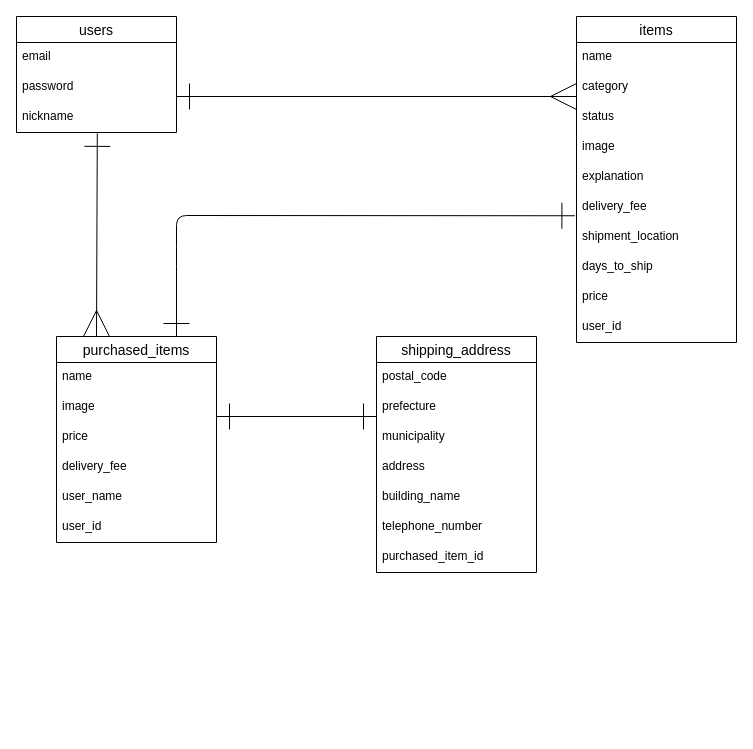
The draw.io diagram test.dio in alouette3/furima-36759, before the edit. Source tidied: cells renumbered, new cells numbered last; positions are measured from the earlier drawing's top-left corner, leaving out a move shared by most shapes. Both pictures are drawn from the tidied source at 100%, with x=0, y=0 at pixel (16, 16).
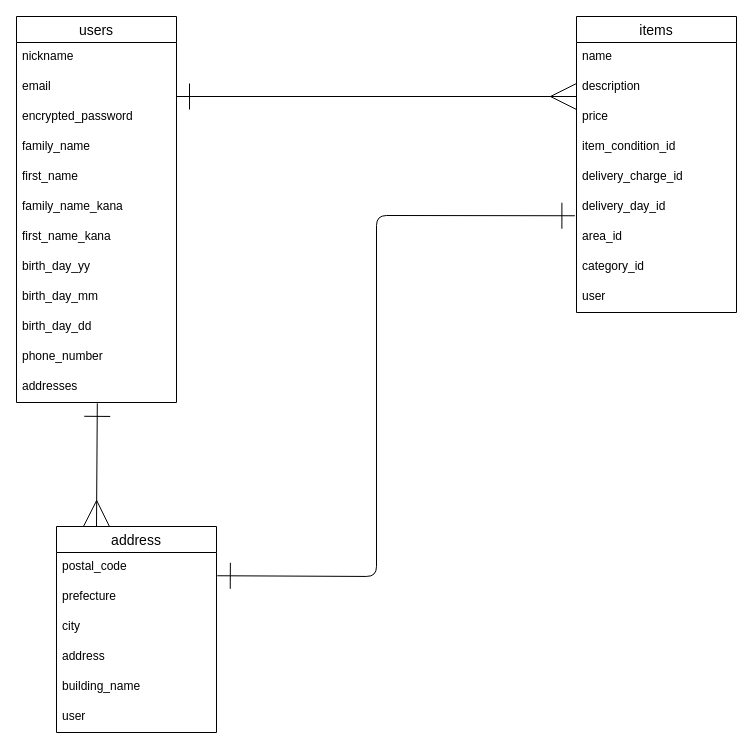
The same diagram, later.

Commit message (it also covers changes not shown here):
レビュー後修正

What changed in the source:
```diff
@@
-    <mxCell id="2" value="purchased_items" style="swimlane;fontStyle=0;horizontal=1;startSize=26;align=center;fontSize=14;" parent="1" vertex="1">
-      <mxGeometry x="40" y="320" width="160" height="206" as="geometry" />
+    <mxCell id="2" value="address" style="swimlane;fontStyle=0;horizontal=1;startSize=26;align=center;fontSize=14;" parent="1" vertex="1">
+      <mxGeometry x="40" y="510" width="160" height="206" as="geometry" />
     </mxCell>
-    <mxCell id="3" value="name" style="text;strokeColor=none;fillColor=none;spacingLeft=4;spacingRight=4;overflow=hidden;points=[[0,0.5],[1,0.5]];portConstraint=eastwest;fontSize=12;" parent="2" vertex="1">
+    <mxCell id="3" value="postal_code" style="text;strokeColor=none;fillColor=none;spacingLeft=4;spacingRight=4;overflow=hidden;points=[[0,0.5],[1,0.5]];portConstraint=eastwest;fontSize=12;" parent="2" vertex="1">
       <mxGeometry y="26" width="160" height="30" as="geometry" />
     </mxCell>
-    <mxCell id="4" value="image" style="text;strokeColor=none;fillColor=none;spacingLeft=4;spacingRight=4;overflow=hidden;fontSize=12;" parent="2" vertex="1">
+    <mxCell id="4" value="prefecture" style="text;strokeColor=none;fillColor=none;spacingLeft=4;spacingRight=4;overflow=hidden;fontSize=12;" parent="2" vertex="1">
       <mxGeometry y="56" width="160" height="30" as="geometry" />
     </mxCell>
-    <mxCell id="5" value="price" style="text;strokeColor=none;fillColor=none;spacingLeft=4;spacingRight=4;overflow=hidden;fontSize=12;" parent="2" vertex="1">
+    <mxCell id="5" value="city" style="text;strokeColor=none;fillColor=none;spacingLeft=4;spacingRight=4;overflow=hidden;fontSize=12;" parent="2" vertex="1">
       <mxGeometry y="86" width="160" height="30" as="geometry" />
     </mxCell>
-    <mxCell id="6" value="delivery_fee" style="text;strokeColor=none;fillColor=none;spacingLeft=4;spacingRight=4;overflow=hidden;fontSize=12;" parent="2" vertex="1">
+    <mxCell id="6" value="address" style="text;strokeColor=none;fillColor=none;spacingLeft=4;spacingRight=4;overflow=hidden;fontSize=12;" parent="2" vertex="1">
       <mxGeometry y="116" width="160" height="30" as="geometry" />
     </mxCell>
-    <mxCell id="7" value="user_name" style="text;strokeColor=none;fillColor=none;spacingLeft=4;spacingRight=4;overflow=hidden;fontSize=12;" parent="2" vertex="1">
+    <mxCell id="7" value="building_name" style="text;strokeColor=none;fillColor=none;spacingLeft=4;spacingRight=4;overflow=hidden;fontSize=12;" parent="2" vertex="1">
       <mxGeometry y="146" width="160" height="30" as="geometry" />
     </mxCell>
-    <mxCell id="8" value="user_id" style="text;strokeColor=none;fillColor=none;spacingLeft=4;spacingRight=4;overflow=hidden;fontSize=12;" parent="2" vertex="1">
+    <mxCell id="8" value="user" style="text;strokeColor=none;fillColor=none;spacingLeft=4;spacingRight=4;overflow=hidden;fontSize=12;" parent="2" vertex="1">
       <mxGeometry y="176" width="160" height="30" as="geometry" />
     </mxCell>
     <mxCell id="9" value="items" style="swimlane;fontStyle=0;horizontal=1;startSize=26;align=center;fontSize=14;" parent="1" vertex="1">
-      <mxGeometry x="560" width="160" height="326" as="geometry" />
+      <mxGeometry x="560" width="160" height="296" as="geometry" />
     </mxCell>
@@
-    <mxCell id="11" value="category" style="text;strokeColor=none;fillColor=none;spacingLeft=4;spacingRight=4;overflow=hidden;fontSize=12;" parent="9" vertex="1">
+    <mxCell id="11" value="description" style="text;strokeColor=none;fillColor=none;spacingLeft=4;spacingRight=4;overflow=hidden;fontSize=12;" parent="9" vertex="1">
       <mxGeometry y="56" width="160" height="30" as="geometry" />
     </mxCell>
-    <mxCell id="12" value="status" style="text;strokeColor=none;fillColor=none;spacingLeft=4;spacingRight=4;overflow=hidden;fontSize=12;" parent="9" vertex="1">
+    <mxCell id="12" value="price" style="text;strokeColor=none;fillColor=none;spacingLeft=4;spacingRight=4;overflow=hidden;fontSize=12;" parent="9" vertex="1">
       <mxGeometry y="86" width="160" height="30" as="geometry" />
     </mxCell>
-    <mxCell id="13" value="image" style="text;strokeColor=none;fillColor=none;spacingLeft=4;spacingRight=4;overflow=hidden;fontSize=12;" parent="9" vertex="1">
+    <mxCell id="13" value="item_condition_id" style="text;strokeColor=none;fillColor=none;spacingLeft=4;spacingRight=4;overflow=hidden;fontSize=12;" parent="9" vertex="1">
       <mxGeometry y="116" width="160" height="30" as="geometry" />
     </mxCell>
-    <mxCell id="14" value="explanation" style="text;strokeColor=none;fillColor=none;spacingLeft=4;spacingRight=4;overflow=hidden;fontSize=12;" parent="9" vertex="1">
+    <mxCell id="14" value="delivery_charge_id" style="text;strokeColor=none;fillColor=none;spacingLeft=4;spacingRight=4;overflow=hidden;fontSize=12;" parent="9" vertex="1">
       <mxGeometry y="146" width="160" height="30" as="geometry" />
     </mxCell>
-    <mxCell id="15" value="delivery_fee" style="text;strokeColor=none;fillColor=none;spacingLeft=4;spacingRight=4;overflow=hidden;points=[[0,0.5],[1,0.5]];portConstraint=eastwest;fontSize=12;" parent="9" vertex="1">
+    <mxCell id="15" value="delivery_day_id" style="text;strokeColor=none;fillColor=none;spacingLeft=4;spacingRight=4;overflow=hidden;points=[[0,0.5],[1,0.5]];portConstraint=eastwest;fontSize=12;" parent="9" vertex="1">
       <mxGeometry y="176" width="160" height="30" as="geometry" />
     </mxCell>
-    <mxCell id="16" value="shipment_location" style="text;strokeColor=none;fillColor=none;spacingLeft=4;spacingRight=4;overflow=hidden;fontSize=12;" parent="9" vertex="1">
+    <mxCell id="16" value="area_id" style="text;strokeColor=none;fillColor=none;spacingLeft=4;spacingRight=4;overflow=hidden;fontSize=12;" parent="9" vertex="1">
       <mxGeometry y="206" width="160" height="30" as="geometry" />
     </mxCell>
-    <mxCell id="17" value="days_to_ship" style="text;strokeColor=none;fillColor=none;spacingLeft=4;spacingRight=4;overflow=hidden;fontSize=12;" parent="9" vertex="1">
+    <mxCell id="17" value="category_id" style="text;strokeColor=none;fillColor=none;spacingLeft=4;spacingRight=4;overflow=hidden;fontSize=12;" parent="9" vertex="1">
       <mxGeometry y="236" width="160" height="30" as="geometry" />
     </mxCell>
-    <mxCell id="18" value="price" style="text;strokeColor=none;fillColor=none;spacingLeft=4;spacingRight=4;overflow=hidden;fontSize=12;" parent="9" vertex="1">
-      <mxGeometry y="266" width="160" height="30" as="geometry" />
-    </mxCell>
-    <mxCell id="19" value="user_id" style="text;strokeColor=none;fillColor=none;spacingLeft=4;spacingRight=4;overflow=hidden;fontSize=12;" parent="9" vertex="1">
-      <mxGeometry y="296" width="160" height="30" as="geometry" />
+    <mxCell id="19" value="user" style="text;strokeColor=none;fillColor=none;spacingLeft=4;spacingRight=4;overflow=hidden;fontSize=12;" parent="9" vertex="1">
+      <mxGeometry y="266" width="160" height="30" as="geometry" />
     </mxCell>
     <mxCell id="20" value="users" style="swimlane;fontStyle=0;horizontal=1;startSize=26;align=center;fontSize=14;" parent="1" vertex="1">
-      <mxGeometry width="160" height="116" as="geometry" />
+      <mxGeometry width="160" height="386" as="geometry" />
     </mxCell>
-    <mxCell id="21" value="email" style="text;strokeColor=none;fillColor=none;spacingLeft=4;spacingRight=4;overflow=hidden;fontSize=12;" parent="20" vertex="1">
+    <mxCell id="21" value="nickname" style="text;strokeColor=none;fillColor=none;spacingLeft=4;spacingRight=4;overflow=hidden;fontSize=12;" parent="20" vertex="1">
       <mxGeometry y="26" width="160" height="30" as="geometry" />
     </mxCell>
-    <mxCell id="22" value="password" style="text;strokeColor=none;fillColor=none;spacingLeft=4;spacingRight=4;overflow=hidden;fontSize=12;" parent="20" vertex="1">
+    <mxCell id="22" value="email" style="text;strokeColor=none;fillColor=none;spacingLeft=4;spacingRight=4;overflow=hidden;fontSize=12;" parent="20" vertex="1">
       <mxGeometry y="56" width="160" height="30" as="geometry" />
     </mxCell>
+    <mxCell id="36" value="encrypted_password" style="text;strokeColor=none;fillColor=none;spacingLeft=4;spacingRight=4;overflow=hidden;fontSize=12;" parent="20" vertex="1">
+      <mxGeometry y="86" width="160" height="30" as="geometry" />
+    </mxCell>
+    <mxCell id="37" value="family_name" style="text;strokeColor=none;fillColor=none;spacingLeft=4;spacingRight=4;overflow=hidden;fontSize=12;" parent="20" vertex="1">
+      <mxGeometry y="116" width="160" height="30" as="geometry" />
+    </mxCell>
+    <mxCell id="38" value="first_name" style="text;strokeColor=none;fillColor=none;spacingLeft=4;spacingRight=4;overflow=hidden;fontSize=12;" parent="20" vertex="1">
+      <mxGeometry y="146" width="160" height="30" as="geometry" />
+    </mxCell>
+    <mxCell id="39" value="family_name_kana" style="text;strokeColor=none;fillColor=none;spacingLeft=4;spacingRight=4;overflow=hidden;fontSize=12;" parent="20" vertex="1">
+      <mxGeometry y="176" width="160" height="30" as="geometry" />
+    </mxCell>
+    <mxCell id="40" value="first_name_kana" style="text;strokeColor=none;fillColor=none;spacingLeft=4;spacingRight=4;overflow=hidden;fontSize=12;" parent="20" vertex="1">
+      <mxGeometry y="206" width="160" height="30" as="geometry" />
+    </mxCell>
+    <mxCell id="41" value="birth_day_yy" style="text;strokeColor=none;fillColor=none;spacingLeft=4;spacingRight=4;overflow=hidden;fontSize=12;" parent="20" vertex="1">
+      <mxGeometry y="236" width="160" height="30" as="geometry" />
+    </mxCell>
+    <mxCell id="42" value="birth_day_mm" style="text;strokeColor=none;fillColor=none;spacingLeft=4;spacingRight=4;overflow=hidden;fontSize=12;" parent="20" vertex="1">
+      <mxGeometry y="266" width="160" height="30" as="geometry" />
+    </mxCell>
+    <mxCell id="43" value="birth_day_dd" style="text;strokeColor=none;fillColor=none;spacingLeft=4;spacingRight=4;overflow=hidden;fontSize=12;" parent="20" vertex="1">
+      <mxGeometry y="296" width="160" height="30" as="geometry" />
+    </mxCell>
+    <mxCell id="44" value="phone_number" style="text;strokeColor=none;fillColor=none;spacingLeft=4;spacingRight=4;overflow=hidden;fontSize=12;" parent="20" vertex="1">
+      <mxGeometry y="326" width="160" height="30" as="geometry" />
+    </mxCell>
-    <mxCell id="23" value="nickname" style="text;strokeColor=none;fillColor=none;spacingLeft=4;spacingRight=4;overflow=hidden;points=[[0,0.5],[1,0.5]];portConstraint=eastwest;fontSize=12;" parent="20" vertex="1">
-      <mxGeometry y="86" width="160" height="30" as="geometry" />
+    <mxCell id="23" value="addresses" style="text;strokeColor=none;fillColor=none;spacingLeft=4;spacingRight=4;overflow=hidden;points=[[0,0.5],[1,0.5]];portConstraint=eastwest;fontSize=12;" parent="20" vertex="1">
+      <mxGeometry y="356" width="160" height="30" as="geometry" />
     </mxCell>
-    <mxCell id="24" value="shipping_address" style="swimlane;fontStyle=0;horizontal=1;startSize=26;align=center;fontSize=14;" parent="1" vertex="1">
-      <mxGeometry x="360" y="320" width="160" height="236" as="geometry" />
-    </mxCell>
-    <mxCell id="25" value="postal_code" style="text;strokeColor=none;fillColor=none;spacingLeft=4;spacingRight=4;overflow=hidden;fontSize=12;" parent="24" vertex="1">
-      <mxGeometry y="26" width="160" height="30" as="geometry" />
-    </mxCell>
-    <mxCell id="26" value="prefecture" style="text;strokeColor=none;fillColor=none;spacingLeft=4;spacingRight=4;overflow=hidden;fontSize=12;" parent="24" vertex="1">
-      <mxGeometry y="56" width="160" height="30" as="geometry" />
-    </mxCell>
-    <mxCell id="27" value="municipality" style="text;strokeColor=none;fillColor=none;spacingLeft=4;spacingRight=4;overflow=hidden;fontSize=12;" parent="24" vertex="1">
-      <mxGeometry y="86" width="160" height="30" as="geometry" />
-    </mxCell>
-    <mxCell id="28" value="address" style="text;strokeColor=none;fillColor=none;spacingLeft=4;spacingRight=4;overflow=hidden;fontSize=12;" parent="24" vertex="1">
-      <mxGeometry y="116" width="160" height="30" as="geometry" />
-    </mxCell>
-    <mxCell id="29" value="building_name" style="text;strokeColor=none;fillColor=none;spacingLeft=4;spacingRight=4;overflow=hidden;fontSize=12;" parent="24" vertex="1">
-      <mxGeometry y="146" width="160" height="30" as="geometry" />
-    </mxCell>
-    <mxCell id="30" value="telephone_number" style="text;strokeColor=none;fillColor=none;spacingLeft=4;spacingRight=4;overflow=hidden;fontSize=12;" parent="24" vertex="1">
-      <mxGeometry y="176" width="160" height="30" as="geometry" />
-    </mxCell>
-    <mxCell id="31" value="purchased_item_id" style="text;strokeColor=none;fillColor=none;spacingLeft=4;spacingRight=4;overflow=hidden;fontSize=12;" parent="24" vertex="1">
-      <mxGeometry y="206" width="160" height="30" as="geometry" />
-    </mxCell>
@@
-    <mxCell id="34" style="endArrow=ERone;html=1;rounded=0;shadow=0;startSize=24;endSize=24;targetPerimeterSpacing=0;endFill=0;startArrow=ERone;startFill=0;" parent="1" edge="1">
-      <mxGeometry relative="1" as="geometry">
-        <mxPoint x="200" y="400" as="sourcePoint" />
-        <mxPoint x="360" y="400" as="targetPoint" />
-      </mxGeometry>
-    </mxCell>
-    <mxCell id="35" style="endArrow=ERone;html=1;shadow=0;startSize=24;endSize=24;targetPerimeterSpacing=0;entryX=-0.01;entryY=0.775;entryDx=0;entryDy=0;exitX=0.75;exitY=0;exitDx=0;exitDy=0;entryPerimeter=0;startArrow=ERone;startFill=0;endFill=0;" parent="1" edge="1" source="2" target="15">
+    <mxCell id="35" style="endArrow=ERone;html=1;shadow=0;startSize=24;endSize=24;targetPerimeterSpacing=0;entryX=-0.01;entryY=0.775;entryDx=0;entryDy=0;exitX=1.005;exitY=0.775;exitDx=0;exitDy=0;entryPerimeter=0;startArrow=ERone;startFill=0;endFill=0;exitPerimeter=0;" parent="1" edge="1" source="3" target="15">
       <mxGeometry relative="1" as="geometry">
         <Array as="points">
-          <mxPoint x="160" y="240" />
-          <mxPoint x="160" y="199" />
+          <mxPoint x="360" y="560" />
+          <mxPoint x="360" y="199" />
         </Array>
       </mxGeometry>
     </mxCell>
```
